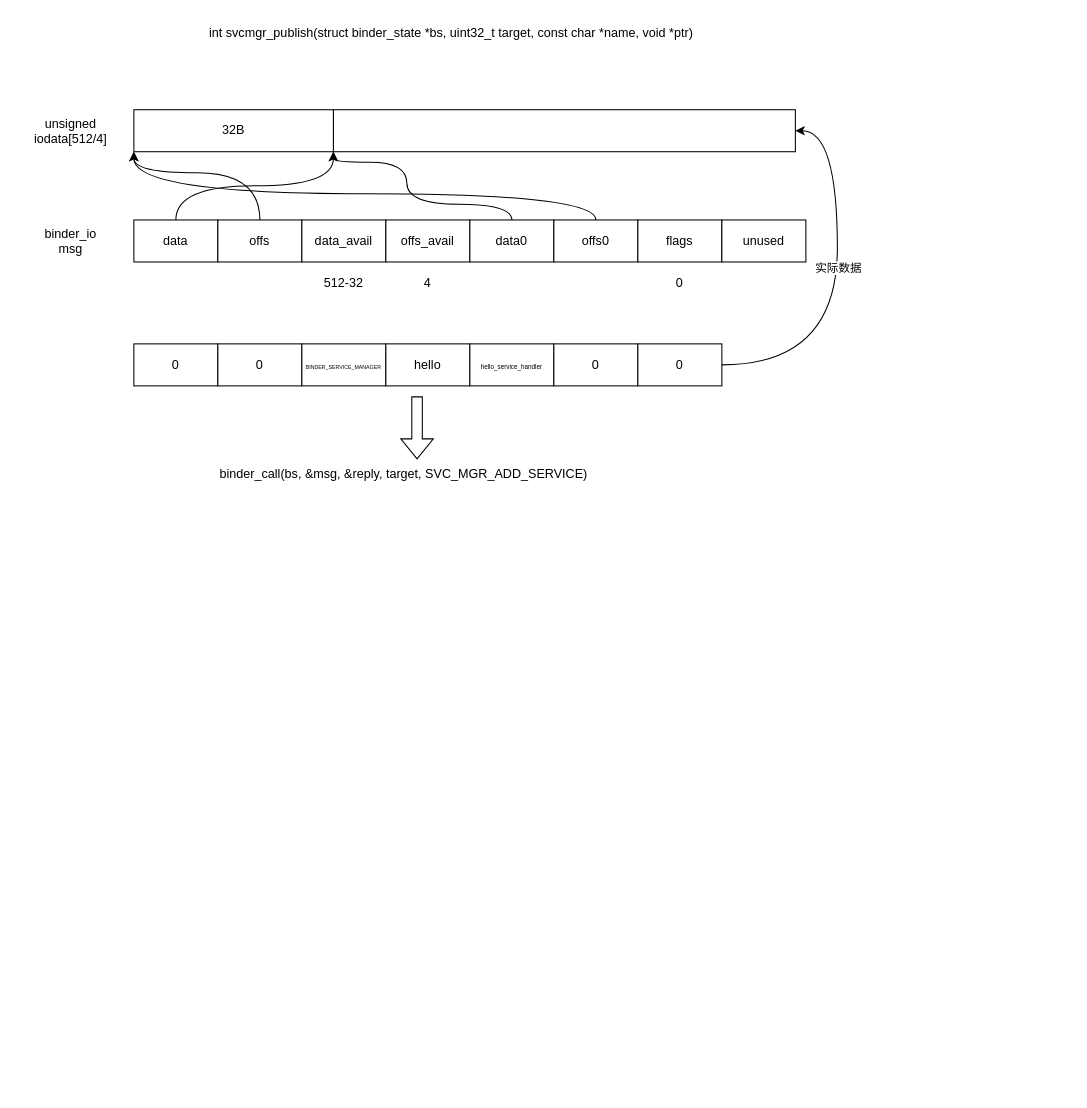
Above: Binder注册服务.drawio in FerdinandHu99/AndroidLearning (draw.io), before the change. Source tidied: cells renumbered, new cells numbered last; positions are measured from the earlier drawing's top-left corner, leaving out a move shared by most shapes. Both pictures are drawn from the tidied source at 105%, with x=0, y=0 at pixel (28, 18).
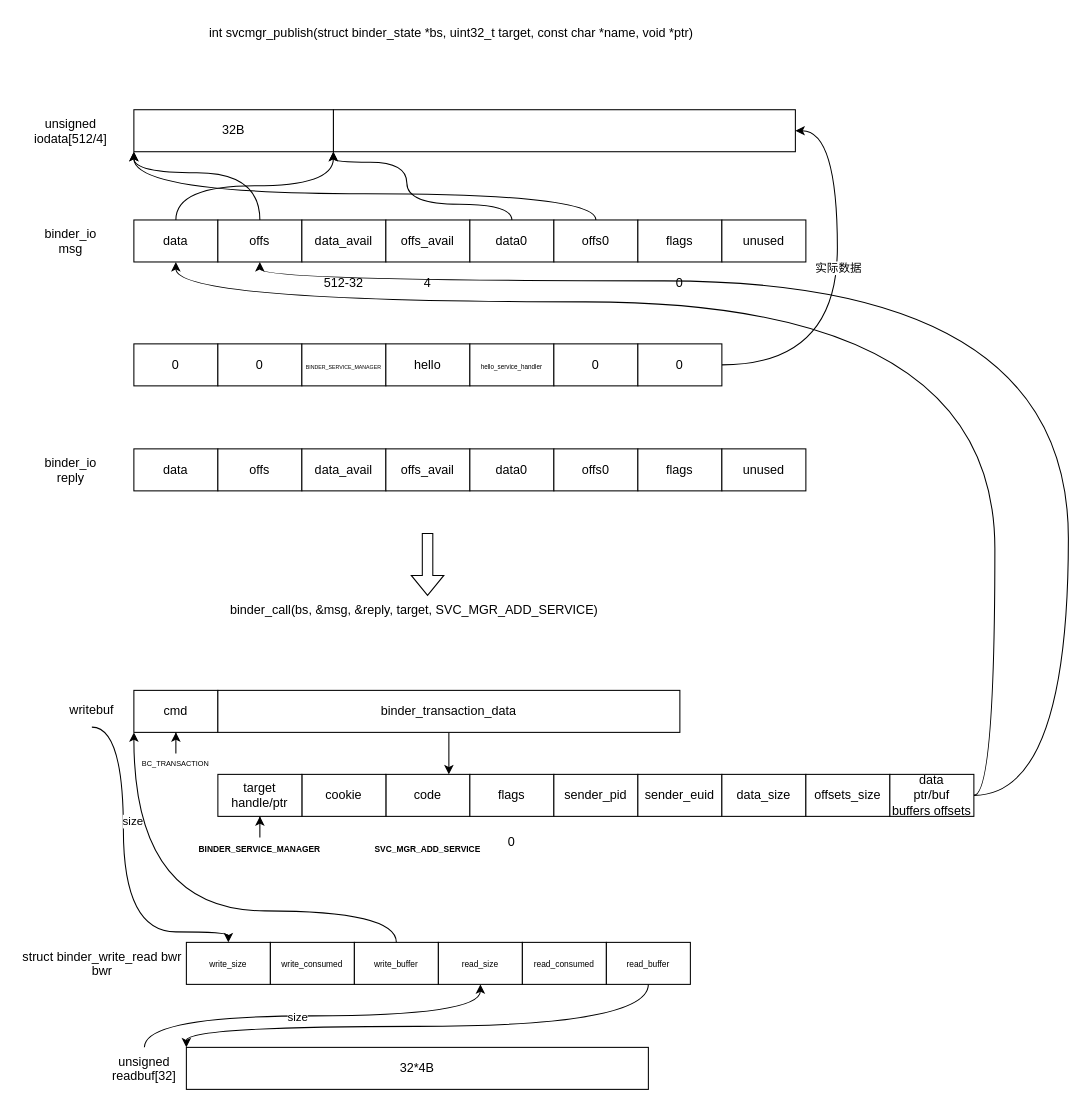
The same diagram, later.

Commit message (it also covers changes not shown here):
更新Binder注册服务.drawio

The change refers to these unchanged cells:
```xml
<mxCell id="6" value="data" style="rounded=0;whiteSpace=wrap;html=1;" parent="1" vertex="1">
  <mxGeometry x="100" y="192" width="80" height="40" as="geometry" />
</mxCell>
<mxCell id="8" value="offs" style="rounded=0;whiteSpace=wrap;html=1;" parent="1" vertex="1">
  <mxGeometry x="180" y="192" width="80" height="40" as="geometry" />
</mxCell>
```

Diff of the diagram source:
```diff
@@
+    <mxCell id="33" value="binder_io&#10;reply" style="text;whiteSpace=wrap;align=center;" parent="1" vertex="1">
+      <mxGeometry y="410" width="80" height="40" as="geometry" />
+    </mxCell>
+    <mxCell id="34" value="data" style="rounded=0;whiteSpace=wrap;html=1;" parent="1" vertex="1">
+      <mxGeometry x="100" y="410" width="80" height="40" as="geometry" />
+    </mxCell>
+    <mxCell id="35" value="offs" style="rounded=0;whiteSpace=wrap;html=1;" parent="1" vertex="1">
+      <mxGeometry x="180" y="410" width="80" height="40" as="geometry" />
+    </mxCell>
+    <mxCell id="36" value="data_avail" style="rounded=0;whiteSpace=wrap;html=1;" parent="1" vertex="1">
+      <mxGeometry x="260" y="410" width="80" height="40" as="geometry" />
+    </mxCell>
+    <mxCell id="37" value="offs_avail" style="rounded=0;whiteSpace=wrap;html=1;" parent="1" vertex="1">
+      <mxGeometry x="340" y="410" width="80" height="40" as="geometry" />
+    </mxCell>
+    <mxCell id="38" value="data0" style="rounded=0;whiteSpace=wrap;html=1;" parent="1" vertex="1">
+      <mxGeometry x="420" y="410" width="80" height="40" as="geometry" />
+    </mxCell>
+    <mxCell id="39" value="offs0" style="rounded=0;whiteSpace=wrap;html=1;" parent="1" vertex="1">
+      <mxGeometry x="500" y="410" width="80" height="40" as="geometry" />
+    </mxCell>
+    <mxCell id="40" value="flags" style="rounded=0;whiteSpace=wrap;html=1;" parent="1" vertex="1">
+      <mxGeometry x="580" y="410" width="80" height="40" as="geometry" />
+    </mxCell>
+    <mxCell id="41" value="unused" style="rounded=0;whiteSpace=wrap;html=1;" parent="1" vertex="1">
+      <mxGeometry x="660" y="410" width="80" height="40" as="geometry" />
+    </mxCell>
     <mxCell id="31" value="binder_call(bs, &amp;msg, &amp;reply, target, SVC_MGR_ADD_SERVICE)" style="text;whiteSpace=wrap;" parent="1" vertex="1">
-      <mxGeometry x="180" y="420" width="380" height="40" as="geometry" />
+      <mxGeometry x="190" y="550" width="380" height="40" as="geometry" />
     </mxCell>
-    <mxCell id="32" style="shape=flexArrow;endArrow=classic;html=1;rounded=0;" parent="1" edge="1">
-      <mxGeometry relative="1" as="geometry">
-        <mxPoint x="369.7" y="360" as="sourcePoint" />
-        <mxPoint x="369.7" y="420" as="targetPoint" />
-      </mxGeometry>
-    </mxCell>
+    <mxCell id="42" style="shape=flexArrow;endArrow=classic;html=1;rounded=0;" parent="1" edge="1">
+      <mxGeometry relative="1" as="geometry">
+        <mxPoint x="379.7" y="490" as="sourcePoint" />
+        <mxPoint x="379.7" y="550" as="targetPoint" />
+      </mxGeometry>
+    </mxCell>
+    <mxCell id="43" style="edgeStyle=orthogonalEdgeStyle;rounded=0;jettySize=auto;html=1;entryX=0.5;entryY=0;entryDx=0;entryDy=0;curved=1;exitX=0.5;exitY=1;exitDx=0;exitDy=0;" parent="1" edge="1" source="45" target="71">
+      <mxGeometry relative="1" as="geometry">
+        <Array as="points">
+          <mxPoint x="90" y="675" />
+          <mxPoint x="90" y="870" />
+          <mxPoint x="190" y="870" />
+        </Array>
+      </mxGeometry>
+    </mxCell>
+    <mxCell id="44" value="size" style="edgeLabel;html=1;align=center;verticalAlign=middle;" parent="43" vertex="1">
+      <mxGeometry x="-0.29" y="8" relative="1" as="geometry" />
+    </mxCell>
+    <mxCell id="45" value="writebuf" style="text;whiteSpace=wrap;align=center;" parent="1" vertex="1">
+      <mxGeometry x="20" y="645" width="80" height="30" as="geometry" />
+    </mxCell>
+    <mxCell id="46" value="cmd" style="rounded=0;whiteSpace=wrap;html=1;" parent="1" vertex="1">
+      <mxGeometry x="100" y="640" width="80" height="40" as="geometry" />
+    </mxCell>
+    <mxCell id="47" style="edgeStyle=orthogonalEdgeStyle;rounded=0;jettySize=auto;html=1;entryX=0.75;entryY=0;entryDx=0;entryDy=0;" parent="1" edge="1" source="48" target="49">
+      <mxGeometry relative="1" as="geometry" />
+    </mxCell>
+    <mxCell id="48" value="binder_transaction_data" style="rounded=0;whiteSpace=wrap;html=1;" parent="1" vertex="1">
+      <mxGeometry x="180" y="640" width="440" height="40" as="geometry" />
+    </mxCell>
+    <mxCell id="49" value="code" style="rounded=0;whiteSpace=wrap;html=1;" parent="1" vertex="1">
+      <mxGeometry x="340" y="720" width="80" height="40" as="geometry" />
+    </mxCell>
+    <mxCell id="50" value="flags" style="rounded=0;whiteSpace=wrap;html=1;" parent="1" vertex="1">
+      <mxGeometry x="420" y="720" width="80" height="40" as="geometry" />
+    </mxCell>
+    <mxCell id="51" value="sender_pid" style="rounded=0;whiteSpace=wrap;html=1;" parent="1" vertex="1">
+      <mxGeometry x="500" y="720" width="80" height="40" as="geometry" />
+    </mxCell>
+    <mxCell id="52" value="sender_euid" style="rounded=0;whiteSpace=wrap;html=1;" parent="1" vertex="1">
+      <mxGeometry x="580" y="720" width="80" height="40" as="geometry" />
+    </mxCell>
+    <mxCell id="53" value="data_size" style="rounded=0;whiteSpace=wrap;html=1;" parent="1" vertex="1">
+      <mxGeometry x="660" y="720" width="80" height="40" as="geometry" />
+    </mxCell>
+    <mxCell id="54" value="offsets_size" style="rounded=0;whiteSpace=wrap;html=1;" parent="1" vertex="1">
+      <mxGeometry x="740" y="720" width="80" height="40" as="geometry" />
+    </mxCell>
+    <mxCell id="55" style="edgeStyle=orthogonalEdgeStyle;rounded=0;jettySize=auto;html=1;entryX=0.5;entryY=1;entryDx=0;entryDy=0;curved=1;" parent="1" edge="1" source="57" target="6">
+      <mxGeometry relative="1" as="geometry">
+        <Array as="points">
+          <mxPoint x="920" y="740" />
+          <mxPoint x="920" y="270" />
+          <mxPoint x="140" y="270" />
+        </Array>
+      </mxGeometry>
+    </mxCell>
+    <mxCell id="56" style="edgeStyle=orthogonalEdgeStyle;rounded=0;jettySize=auto;html=1;entryX=0.5;entryY=1;entryDx=0;entryDy=0;curved=1;" parent="1" edge="1" source="57" target="8">
+      <mxGeometry relative="1" as="geometry">
+        <Array as="points">
+          <mxPoint x="990" y="740" />
+          <mxPoint x="990" y="250" />
+          <mxPoint x="220" y="250" />
+        </Array>
+      </mxGeometry>
+    </mxCell>
+    <mxCell id="57" value="data&lt;br&gt;ptr/buf&lt;br&gt;buffers offsets" style="rounded=0;whiteSpace=wrap;html=1;" parent="1" vertex="1">
+      <mxGeometry x="820" y="720" width="80" height="40" as="geometry" />
+    </mxCell>
+    <mxCell id="58" value="cookie" style="rounded=0;whiteSpace=wrap;html=1;" parent="1" vertex="1">
+      <mxGeometry x="260" y="720" width="80" height="40" as="geometry" />
+    </mxCell>
+    <mxCell id="59" value="target&lt;br&gt;handle/ptr" style="rounded=0;whiteSpace=wrap;html=1;" parent="1" vertex="1">
+      <mxGeometry x="180" y="720" width="80" height="40" as="geometry" />
+    </mxCell>
+    <mxCell id="60" style="edgeStyle=orthogonalEdgeStyle;rounded=0;jettySize=auto;html=1;entryX=0.5;entryY=1;entryDx=0;entryDy=0;curved=1;" parent="1" edge="1" source="62" target="75">
+      <mxGeometry relative="1" as="geometry">
+        <Array as="points">
+          <mxPoint x="110" y="950" />
+          <mxPoint x="430" y="950" />
+        </Array>
+      </mxGeometry>
+    </mxCell>
+    <mxCell id="61" value="size" style="edgeLabel;html=1;align=center;verticalAlign=middle;" parent="60" vertex="1">
+      <mxGeometry x="-0.08" relative="1" as="geometry" />
+    </mxCell>
+    <mxCell id="62" value="unsigned&#10;readbuf[32]" style="text;whiteSpace=wrap;align=center;" parent="1" vertex="1">
+      <mxGeometry x="70" y="980" width="80" height="40" as="geometry" />
+    </mxCell>
+    <mxCell id="63" value="32*4B" style="rounded=0;whiteSpace=wrap;html=1;" parent="1" vertex="1">
+      <mxGeometry x="150" y="980" width="440" height="40" as="geometry" />
+    </mxCell>
+    <mxCell id="64" style="edgeStyle=orthogonalEdgeStyle;rounded=0;jettySize=auto;html=1;" parent="1" edge="1" source="65" target="46">
+      <mxGeometry relative="1" as="geometry" />
+    </mxCell>
+    <mxCell id="65" value="BC_TRANSACTION" style="text;whiteSpace=wrap;fontSize=7;align=center;" parent="1" vertex="1">
+      <mxGeometry x="90" y="700" width="100" height="30" as="geometry" />
+    </mxCell>
+    <mxCell id="66" style="edgeStyle=orthogonalEdgeStyle;rounded=0;jettySize=auto;html=1;entryX=0.5;entryY=1;entryDx=0;entryDy=0;" parent="1" edge="1" source="67" target="59">
+      <mxGeometry relative="1" as="geometry" />
+    </mxCell>
+    <mxCell id="67" value="BINDER_SERVICE_MANAGER" style="text;whiteSpace=wrap;fontSize=8;align=center;fontStyle=1;" parent="1" vertex="1">
+      <mxGeometry x="170" y="780" width="100" height="40" as="geometry" />
+    </mxCell>
+    <mxCell id="68" value="SVC_MGR_ADD_SERVICE" style="text;whiteSpace=wrap;fontSize=8;align=center;fontStyle=1;" parent="1" vertex="1">
+      <mxGeometry x="330" y="780" width="100" height="40" as="geometry" />
+    </mxCell>
+    <mxCell id="69" value="0" style="text;html=1;align=center;verticalAlign=middle;whiteSpace=wrap;rounded=0;" parent="1" vertex="1">
+      <mxGeometry x="430" y="770" width="60" height="30" as="geometry" />
+    </mxCell>
+    <mxCell id="70" value="struct binder_write_read bwr bwr&#10;" style="text;whiteSpace=wrap;align=center;" parent="1" vertex="1">
+      <mxGeometry x="-10" y="880" width="160" height="40" as="geometry" />
+    </mxCell>
+    <mxCell id="71" value="&lt;font style=&quot;font-size: 8px;&quot;&gt;write_size&lt;/font&gt;" style="rounded=0;whiteSpace=wrap;html=1;" parent="1" vertex="1">
+      <mxGeometry x="150" y="880" width="80" height="40" as="geometry" />
+    </mxCell>
+    <mxCell id="72" value="&lt;font style=&quot;font-size: 8px;&quot;&gt;write_consumed&lt;/font&gt;" style="rounded=0;whiteSpace=wrap;html=1;" parent="1" vertex="1">
+      <mxGeometry x="230" y="880" width="80" height="40" as="geometry" />
+    </mxCell>
+    <mxCell id="73" style="edgeStyle=orthogonalEdgeStyle;rounded=0;jettySize=auto;html=1;entryX=0;entryY=1;entryDx=0;entryDy=0;curved=1;" parent="1" edge="1" source="74" target="46">
+      <mxGeometry relative="1" as="geometry">
+        <Array as="points">
+          <mxPoint x="350" y="850" />
+          <mxPoint x="100" y="850" />
+        </Array>
+      </mxGeometry>
+    </mxCell>
+    <mxCell id="74" value="&lt;font style=&quot;font-size: 8px;&quot;&gt;write_buffer&lt;/font&gt;" style="rounded=0;whiteSpace=wrap;html=1;" parent="1" vertex="1">
+      <mxGeometry x="310" y="880" width="80" height="40" as="geometry" />
+    </mxCell>
+    <mxCell id="75" value="&lt;font style=&quot;font-size: 8px;&quot;&gt;read_size&lt;/font&gt;" style="rounded=0;whiteSpace=wrap;html=1;" parent="1" vertex="1">
+      <mxGeometry x="390" y="880" width="80" height="40" as="geometry" />
+    </mxCell>
+    <mxCell id="76" value="&lt;font style=&quot;font-size: 8px;&quot;&gt;read_consumed&lt;/font&gt;" style="rounded=0;whiteSpace=wrap;html=1;" parent="1" vertex="1">
+      <mxGeometry x="470" y="880" width="80" height="40" as="geometry" />
+    </mxCell>
+    <mxCell id="77" style="edgeStyle=orthogonalEdgeStyle;rounded=0;jettySize=auto;html=1;entryX=0;entryY=0;entryDx=0;entryDy=0;curved=1;" parent="1" edge="1" source="78" target="63">
+      <mxGeometry relative="1" as="geometry">
+        <Array as="points">
+          <mxPoint x="590" y="960" />
+          <mxPoint x="150" y="960" />
+        </Array>
+      </mxGeometry>
+    </mxCell>
+    <mxCell id="78" value="&lt;font style=&quot;font-size: 8px;&quot;&gt;read_buffer&lt;/font&gt;" style="rounded=0;whiteSpace=wrap;html=1;" parent="1" vertex="1">
+      <mxGeometry x="550" y="880" width="80" height="40" as="geometry" />
+    </mxCell>
```
